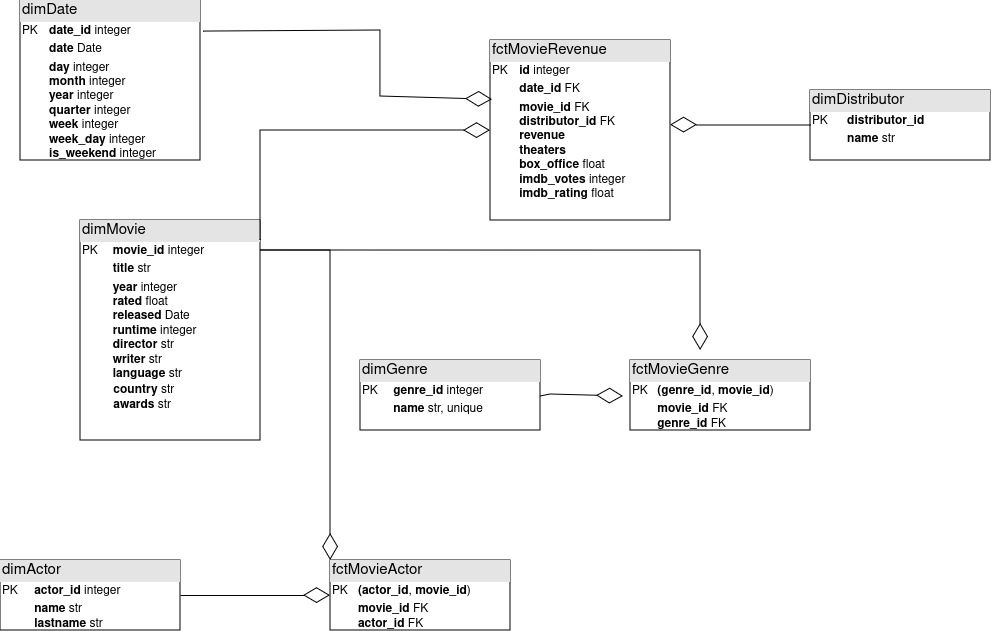
Above: movies_warehouse_ER.png in pawel26/movies_analysis (draw.io), before the change. Source tidied: cells renumbered, new cells last; positions are measured from the earlier drawing's top-left corner, leaving out a move shared by most shapes.
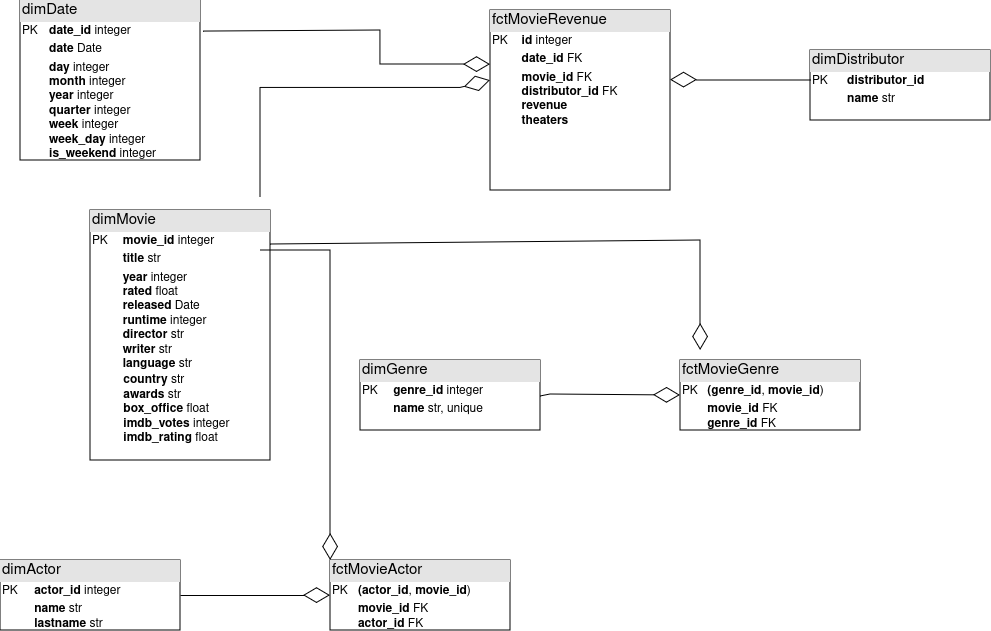
After the commit.

Change to the diagram source:
```diff
@@ -5,8 +5,8 @@
     <mxCell id="2" value="&lt;div style=&quot;box-sizing: border-box; width: 100%; background: rgb(228, 228, 228); padding: 2px; font-size: 15px;&quot;&gt;dimDate&lt;br&gt;&lt;/div&gt;&lt;table style=&quot;width:100%;font-size:1em;&quot; cellpadding=&quot;2&quot; cellspacing=&quot;0&quot;&gt;&lt;tbody&gt;&lt;tr&gt;&lt;td&gt;PK&lt;/td&gt;&lt;td&gt;&lt;b&gt;date_id&lt;/b&gt; integer&lt;br&gt;&lt;/td&gt;&lt;/tr&gt;&lt;tr&gt;&lt;td&gt;&lt;br&gt;&lt;/td&gt;&lt;td&gt;&lt;b&gt;date&lt;/b&gt; Date&lt;br&gt;&lt;/td&gt;&lt;/tr&gt;&lt;tr&gt;&lt;td&gt;&lt;/td&gt;&lt;td&gt;&lt;b&gt;day&lt;/b&gt; integer&lt;br&gt;&lt;b&gt;month&lt;/b&gt; integer&lt;br&gt;&lt;b&gt;year&lt;/b&gt; integer&lt;br&gt;&lt;b&gt;quarter&lt;/b&gt; integer&lt;br&gt;&lt;b&gt;week&lt;/b&gt; integer&lt;br&gt;&lt;b&gt;week_day&lt;/b&gt; integer&lt;br&gt;&lt;b&gt;is_weekend &lt;/b&gt;integer&lt;br&gt;&lt;/td&gt;&lt;/tr&gt;&lt;/tbody&gt;&lt;/table&gt;" style="verticalAlign=top;align=left;overflow=fill;html=1;whiteSpace=wrap;" parent="1" vertex="1">
       <mxGeometry x="20" width="180" height="160" as="geometry" />
     </mxCell>
-    <mxCell id="3" value="&lt;div style=&quot;box-sizing: border-box; width: 100%; background: rgb(228, 228, 228); padding: 2px; font-size: 15px;&quot;&gt;dimMovie&lt;br&gt;&lt;/div&gt;&lt;table style=&quot;width:100%;font-size:1em;&quot; cellpadding=&quot;2&quot; cellspacing=&quot;0&quot;&gt;&lt;tbody&gt;&lt;tr&gt;&lt;td&gt;PK&lt;/td&gt;&lt;td&gt;&lt;b&gt;movie_id&lt;/b&gt; integer&lt;br&gt;&lt;/td&gt;&lt;/tr&gt;&lt;tr&gt;&lt;td&gt;&lt;br&gt;&lt;/td&gt;&lt;td&gt;&lt;b&gt;title&lt;/b&gt; str&lt;br&gt;&lt;/td&gt;&lt;/tr&gt;&lt;tr&gt;&lt;td&gt;&lt;/td&gt;&lt;td&gt;&lt;b&gt;year&lt;/b&gt; integer&lt;br&gt;&lt;b&gt;rated&lt;/b&gt; float&lt;br&gt;&lt;b&gt;released&lt;/b&gt; Date&lt;br&gt;&lt;b&gt;runtime&lt;/b&gt; integer&lt;br&gt;&lt;b&gt;director&lt;/b&gt; str&lt;br&gt;&lt;b&gt;writer&lt;/b&gt; str&lt;br&gt;&lt;b&gt;language&lt;/b&gt; str&lt;br&gt;&lt;/td&gt;&lt;/tr&gt;&lt;/tbody&gt;&lt;/table&gt;&lt;div&gt;&lt;span style=&quot;white-space: pre;&quot;&gt;&#9;&lt;/span&gt;&amp;nbsp; &lt;b&gt;country&lt;/b&gt; str&lt;/div&gt;&lt;div&gt;&amp;nbsp;&amp;nbsp;&amp;nbsp;&amp;nbsp;&amp;nbsp;&amp;nbsp;&amp;nbsp;&amp;nbsp;&amp;nbsp; &lt;b&gt;awards&lt;/b&gt; str&lt;/div&gt;&lt;div&gt;&lt;br&gt;&lt;/div&gt;&lt;div&gt;&lt;br&gt;&lt;/div&gt;&lt;div&gt;&lt;br&gt;&lt;/div&gt;" style="verticalAlign=top;align=left;overflow=fill;html=1;whiteSpace=wrap;" parent="1" vertex="1">
-      <mxGeometry x="80" y="220" width="180" height="220" as="geometry" />
+    <mxCell id="3" value="&lt;div style=&quot;box-sizing: border-box; width: 100%; background: rgb(228, 228, 228); padding: 2px; font-size: 15px;&quot;&gt;dimMovie&lt;br&gt;&lt;/div&gt;&lt;table style=&quot;width:100%;font-size:1em;&quot; cellpadding=&quot;2&quot; cellspacing=&quot;0&quot;&gt;&lt;tbody&gt;&lt;tr&gt;&lt;td&gt;PK&lt;/td&gt;&lt;td&gt;&lt;b&gt;movie_id&lt;/b&gt; integer&lt;br&gt;&lt;/td&gt;&lt;/tr&gt;&lt;tr&gt;&lt;td&gt;&lt;br&gt;&lt;/td&gt;&lt;td&gt;&lt;b&gt;title&lt;/b&gt; str&lt;br&gt;&lt;/td&gt;&lt;/tr&gt;&lt;tr&gt;&lt;td&gt;&lt;/td&gt;&lt;td&gt;&lt;b&gt;year&lt;/b&gt; integer&lt;br&gt;&lt;b&gt;rated&lt;/b&gt; float&lt;br&gt;&lt;b&gt;released&lt;/b&gt; Date&lt;br&gt;&lt;b&gt;runtime&lt;/b&gt; integer&lt;br&gt;&lt;b&gt;director&lt;/b&gt; str&lt;br&gt;&lt;b&gt;writer&lt;/b&gt; str&lt;br&gt;&lt;b&gt;language&lt;/b&gt; str&lt;br&gt;&lt;/td&gt;&lt;/tr&gt;&lt;/tbody&gt;&lt;/table&gt;&lt;div&gt;&lt;span style=&quot;white-space: pre;&quot;&gt;&#9;&lt;/span&gt;&amp;nbsp; &lt;b&gt;country&lt;/b&gt; str&lt;/div&gt;&lt;div&gt;&amp;nbsp;&amp;nbsp;&amp;nbsp;&amp;nbsp;&amp;nbsp;&amp;nbsp;&amp;nbsp;&amp;nbsp;&amp;nbsp; &lt;b&gt;awards&lt;/b&gt; str&lt;/div&gt;&lt;div&gt;&lt;b&gt;&amp;nbsp;&amp;nbsp;&amp;nbsp;&amp;nbsp;&amp;nbsp;&amp;nbsp;&amp;nbsp;&amp;nbsp;&amp;nbsp; box_office &lt;/b&gt;float&lt;b&gt;&lt;br&gt;&amp;nbsp;&amp;nbsp;&amp;nbsp;&amp;nbsp;&amp;nbsp;&amp;nbsp;&amp;nbsp;&amp;nbsp;&amp;nbsp; imdb_votes &lt;/b&gt;integer&lt;b&gt;&lt;br&gt;&amp;nbsp;&amp;nbsp;&amp;nbsp;&amp;nbsp;&amp;nbsp;&amp;nbsp;&amp;nbsp;&amp;nbsp;&amp;nbsp; imdb_rating &lt;/b&gt;float&lt;b&gt;&lt;br&gt;&lt;/b&gt;&lt;/div&gt;&lt;div&gt;&lt;br&gt;&lt;/div&gt;&lt;div&gt;&lt;br&gt;&lt;/div&gt;&lt;div&gt;&lt;br&gt;&lt;/div&gt;" style="verticalAlign=top;align=left;overflow=fill;html=1;whiteSpace=wrap;" parent="1" vertex="1">
+      <mxGeometry x="90" y="210" width="180" height="250" as="geometry" />
     </mxCell>
     <mxCell id="4" value="&lt;div style=&quot;box-sizing: border-box; width: 100%; background: rgb(228, 228, 228); padding: 2px; font-size: 15px;&quot;&gt;dimGenre&lt;br&gt;&lt;/div&gt;&lt;table style=&quot;width:100%;font-size:1em;&quot; cellpadding=&quot;2&quot; cellspacing=&quot;0&quot;&gt;&lt;tbody&gt;&lt;tr&gt;&lt;td&gt;PK&lt;/td&gt;&lt;td&gt;&lt;b&gt;genre_id&lt;/b&gt; integer&lt;br&gt;&lt;/td&gt;&lt;/tr&gt;&lt;tr&gt;&lt;td&gt;&lt;br&gt;&lt;/td&gt;&lt;td&gt;&lt;b&gt;name&lt;/b&gt; str, unique&lt;br&gt;&lt;/td&gt;&lt;/tr&gt;&lt;tr&gt;&lt;td&gt;&lt;br&gt;&lt;/td&gt;&lt;td&gt;&lt;br&gt;&lt;/td&gt;&lt;/tr&gt;&lt;/tbody&gt;&lt;/table&gt;&lt;div&gt;&lt;br&gt;&lt;/div&gt;" style="verticalAlign=top;align=left;overflow=fill;html=1;whiteSpace=wrap;" parent="1" vertex="1">
       <mxGeometry x="360" y="360" width="180" height="70" as="geometry" />
@@ -15,35 +15,35 @@
       <mxGeometry y="560" width="180" height="70" as="geometry" />
     </mxCell>
     <mxCell id="6" value="&lt;div style=&quot;box-sizing: border-box; width: 100%; background: rgb(228, 228, 228); padding: 2px; font-size: 15px;&quot;&gt;fctMovieGenre&lt;br&gt;&lt;/div&gt;&lt;table style=&quot;width:100%;font-size:1em;&quot; cellpadding=&quot;2&quot; cellspacing=&quot;0&quot;&gt;&lt;tbody&gt;&lt;tr&gt;&lt;td&gt;PK&lt;/td&gt;&lt;td&gt;&lt;b&gt;(genre_id&lt;/b&gt;, &lt;b&gt;movie_id&lt;/b&gt;)&lt;br&gt;&lt;/td&gt;&lt;/tr&gt;&lt;tr&gt;&lt;td&gt;&lt;br&gt;&lt;/td&gt;&lt;td&gt;&lt;b&gt;movie_id&lt;/b&gt; FK&lt;br&gt;&lt;b&gt;genre_id&lt;/b&gt; FK&lt;br&gt;&lt;/td&gt;&lt;/tr&gt;&lt;tr&gt;&lt;td&gt;&lt;br&gt;&lt;/td&gt;&lt;td&gt;&lt;br&gt;&lt;/td&gt;&lt;/tr&gt;&lt;/tbody&gt;&lt;/table&gt;&lt;div&gt;&lt;br&gt;&lt;/div&gt;" style="verticalAlign=top;align=left;overflow=fill;html=1;whiteSpace=wrap;" parent="1" vertex="1">
-      <mxGeometry x="630" y="360" width="180" height="70" as="geometry" />
+      <mxGeometry x="680" y="360" width="180" height="70" as="geometry" />
     </mxCell>
     <mxCell id="7" value="&lt;div style=&quot;box-sizing: border-box; width: 100%; background: rgb(228, 228, 228); padding: 2px; font-size: 15px;&quot;&gt;fctMovieActor&lt;/div&gt;&lt;table style=&quot;width:100%;font-size:1em;&quot; cellpadding=&quot;2&quot; cellspacing=&quot;0&quot;&gt;&lt;tbody&gt;&lt;tr&gt;&lt;td&gt;PK&lt;/td&gt;&lt;td&gt;&lt;b&gt;(actor_id&lt;/b&gt;, &lt;b&gt;movie_id&lt;/b&gt;)&lt;br&gt;&lt;/td&gt;&lt;/tr&gt;&lt;tr&gt;&lt;td&gt;&lt;br&gt;&lt;/td&gt;&lt;td&gt;&lt;b&gt;movie_id&lt;/b&gt; FK&lt;br&gt;&lt;b&gt;actor_id&lt;/b&gt; FK&lt;br&gt;&lt;/td&gt;&lt;/tr&gt;&lt;tr&gt;&lt;td&gt;&lt;br&gt;&lt;/td&gt;&lt;td&gt;&lt;br&gt;&lt;/td&gt;&lt;/tr&gt;&lt;/tbody&gt;&lt;/table&gt;&lt;div&gt;&lt;br&gt;&lt;/div&gt;" style="verticalAlign=top;align=left;overflow=fill;html=1;whiteSpace=wrap;" parent="1" vertex="1">
       <mxGeometry x="330" y="560" width="180" height="70" as="geometry" />
     </mxCell>
-    <mxCell id="8" value="&lt;div style=&quot;box-sizing:border-box;width:100%;background:#e4e4e4;padding:2px;&quot;&gt;&lt;font style=&quot;font-size: 15px;&quot;&gt;fctMovieRevenue&lt;/font&gt;&lt;/div&gt;&lt;table style=&quot;width:100%;font-size:1em;&quot; cellpadding=&quot;2&quot; cellspacing=&quot;0&quot;&gt;&lt;tbody&gt;&lt;tr&gt;&lt;td&gt;PK&lt;/td&gt;&lt;td&gt;&lt;b&gt;id&lt;/b&gt; integer&lt;br&gt;&lt;/td&gt;&lt;/tr&gt;&lt;tr&gt;&lt;td&gt;&lt;br&gt;&lt;/td&gt;&lt;td&gt;&lt;b&gt;date_id&lt;/b&gt; FK&lt;br&gt;&lt;/td&gt;&lt;/tr&gt;&lt;tr&gt;&lt;td&gt;&lt;br&gt;&lt;/td&gt;&lt;td&gt;&lt;b&gt;movie_id&lt;/b&gt; FK&lt;br&gt;&lt;b&gt;distributor_id&lt;/b&gt; FK&lt;br&gt;&lt;b&gt;revenue&lt;/b&gt;&lt;br&gt;&lt;b&gt;theaters&lt;/b&gt;&lt;b&gt;&lt;br&gt;box_office &lt;/b&gt;float&lt;b&gt;&lt;br&gt;imdb_votes &lt;/b&gt;integer&lt;b&gt;&lt;br&gt;imdb_rating &lt;/b&gt;float&lt;b&gt;&lt;br&gt;&lt;/b&gt;&lt;/td&gt;&lt;/tr&gt;&lt;/tbody&gt;&lt;/table&gt;" style="verticalAlign=top;align=left;overflow=fill;html=1;whiteSpace=wrap;" parent="1" vertex="1">
-      <mxGeometry x="490" y="40" width="180" height="180" as="geometry" />
+    <mxCell id="8" value="&lt;div style=&quot;box-sizing:border-box;width:100%;background:#e4e4e4;padding:2px;&quot;&gt;&lt;font style=&quot;font-size: 15px;&quot;&gt;fctMovieRevenue&lt;/font&gt;&lt;/div&gt;&lt;table style=&quot;width:100%;font-size:1em;&quot; cellpadding=&quot;2&quot; cellspacing=&quot;0&quot;&gt;&lt;tbody&gt;&lt;tr&gt;&lt;td&gt;PK&lt;/td&gt;&lt;td&gt;&lt;b&gt;id&lt;/b&gt; integer&lt;br&gt;&lt;/td&gt;&lt;/tr&gt;&lt;tr&gt;&lt;td&gt;&lt;br&gt;&lt;/td&gt;&lt;td&gt;&lt;b&gt;date_id&lt;/b&gt; FK&lt;br&gt;&lt;/td&gt;&lt;/tr&gt;&lt;tr&gt;&lt;td&gt;&lt;br&gt;&lt;/td&gt;&lt;td&gt;&lt;b&gt;movie_id&lt;/b&gt; FK&lt;br&gt;&lt;b&gt;distributor_id&lt;/b&gt; FK&lt;br&gt;&lt;b&gt;revenue&lt;/b&gt;&lt;br&gt;&lt;b&gt;theaters&lt;/b&gt;&lt;b&gt;&lt;br&gt;&lt;/b&gt;&lt;/td&gt;&lt;/tr&gt;&lt;/tbody&gt;&lt;/table&gt;" style="verticalAlign=top;align=left;overflow=fill;html=1;whiteSpace=wrap;" parent="1" vertex="1">
+      <mxGeometry x="490" y="10" width="180" height="180" as="geometry" />
     </mxCell>
-    <mxCell id="9" style="endArrow=diamondThin;endFill=0;endSize=24;html=1;rounded=0;" parent="1" edge="1" target="8">
+    <mxCell id="9" style="endArrow=diamondThin;endFill=0;endSize=24;html=1;rounded=0;" parent="1" edge="1">
       <mxGeometry relative="1" as="geometry">
-        <mxPoint x="260" y="240" as="sourcePoint" />
+        <mxPoint x="260" y="197.5" as="sourcePoint" />
+        <mxPoint x="490" y="80" as="targetPoint" />
         <Array as="points">
-          <mxPoint x="260" y="130" />
-          <mxPoint x="460" y="130" />
+          <mxPoint x="260" y="87.5" />
+          <mxPoint x="460" y="87.5" />
         </Array>
       </mxGeometry>
     </mxCell>
-    <mxCell id="10" style="endArrow=diamondThin;endFill=0;endSize=24;html=1;rounded=0;entryX=0.011;entryY=0.329;entryDx=0;entryDy=0;entryPerimeter=0;exitX=1.017;exitY=0.194;exitDx=0;exitDy=0;exitPerimeter=0;" parent="1" edge="1" source="2" target="8">
+    <mxCell id="10" style="endArrow=diamondThin;endFill=0;endSize=24;html=1;rounded=0;entryX=0;entryY=0.3;entryDx=0;entryDy=0;entryPerimeter=0;exitX=1.017;exitY=0.194;exitDx=0;exitDy=0;exitPerimeter=0;" parent="1" edge="1" source="2" target="8">
       <mxGeometry relative="1" as="geometry">
         <Array as="points">
           <mxPoint x="380" y="30" />
-          <mxPoint x="380" y="96" />
+          <mxPoint x="380" y="64" />
         </Array>
       </mxGeometry>
     </mxCell>
-    <mxCell id="11" style="endArrow=diamondThin;endFill=0;endSize=24;html=1;rounded=0;entryX=0.017;entryY=0.671;entryDx=0;entryDy=0;entryPerimeter=0;" parent="1" edge="1">
+    <mxCell id="11" style="endArrow=diamondThin;endFill=0;endSize=24;html=1;rounded=0;entryX=0;entryY=0.5;entryDx=0;entryDy=0;" parent="1" edge="1" target="6">
       <mxGeometry relative="1" as="geometry">
         <mxPoint x="540" y="396" as="sourcePoint" />
-        <mxPoint x="623.1" y="396" as="targetPoint" />
         <Array as="points">
           <mxPoint x="550" y="394" />
         </Array>
@@ -53,7 +53,7 @@
       <mxGeometry relative="1" as="geometry">
         <mxPoint x="700" y="350" as="targetPoint" />
         <Array as="points">
-          <mxPoint x="700" y="250" />
+          <mxPoint x="700" y="240" />
         </Array>
       </mxGeometry>
     </mxCell>
@@ -69,12 +69,12 @@
       <mxGeometry relative="1" as="geometry" />
     </mxCell>
     <mxCell id="15" value="&lt;div style=&quot;box-sizing: border-box; width: 100%; background: rgb(228, 228, 228); padding: 2px; font-size: 15px;&quot;&gt;dimDistributor&lt;br&gt;&lt;/div&gt;&lt;table style=&quot;width:100%;font-size:1em;&quot; cellpadding=&quot;2&quot; cellspacing=&quot;0&quot;&gt;&lt;tbody&gt;&lt;tr&gt;&lt;td&gt;PK&lt;/td&gt;&lt;td&gt;&lt;b&gt;distributor_id&lt;/b&gt;&lt;br&gt;&lt;/td&gt;&lt;/tr&gt;&lt;tr&gt;&lt;td&gt;&lt;br&gt;&lt;/td&gt;&lt;td&gt;&lt;b&gt;name&lt;/b&gt; str&lt;br&gt;&lt;/td&gt;&lt;/tr&gt;&lt;tr&gt;&lt;td&gt;&lt;br&gt;&lt;/td&gt;&lt;td&gt;&lt;br&gt;&lt;/td&gt;&lt;/tr&gt;&lt;/tbody&gt;&lt;/table&gt;&lt;div&gt;&lt;br&gt;&lt;/div&gt;" style="verticalAlign=top;align=left;overflow=fill;html=1;whiteSpace=wrap;" parent="1" vertex="1">
-      <mxGeometry x="810" y="90" width="180" height="70" as="geometry" />
+      <mxGeometry x="810" y="50" width="180" height="70" as="geometry" />
     </mxCell>
     <mxCell id="16" style="endArrow=diamondThin;endFill=0;endSize=24;html=1;rounded=0;" parent="1" edge="1">
       <mxGeometry relative="1" as="geometry">
-        <mxPoint x="810" y="124.5" as="sourcePoint" />
-        <mxPoint x="670" y="124.5" as="targetPoint" />
+        <mxPoint x="810" y="79.5" as="sourcePoint" />
+        <mxPoint x="670" y="79.5" as="targetPoint" />
       </mxGeometry>
     </mxCell>
   </root>
```
